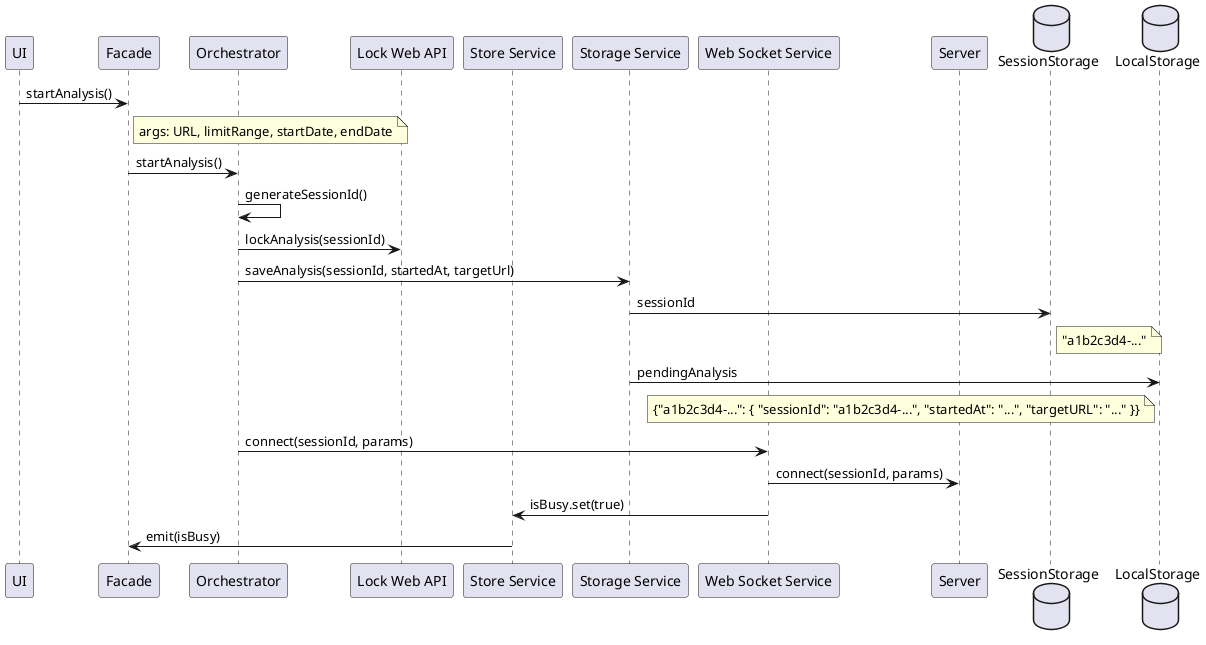
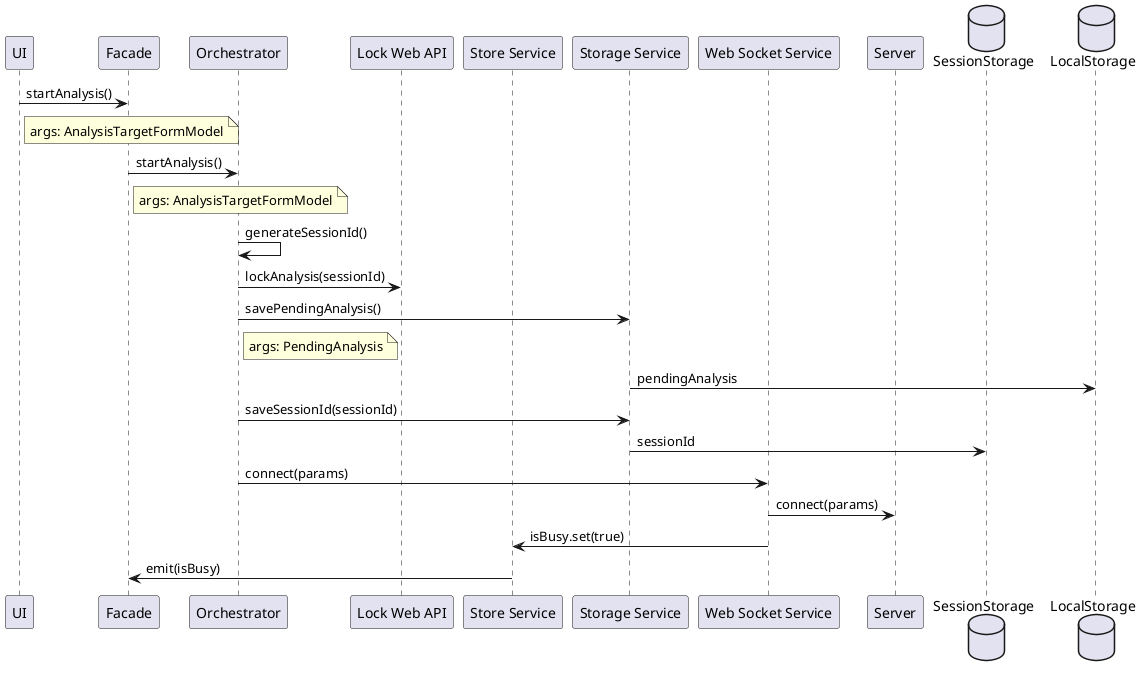
@startuml Start New Analysis

participant "UI" as U
participant "Facade" as F
participant "Orchestrator" as O
participant "Lock Web API" as L
participant "Store Service" as ST
participant "Storage Service" as STG
participant "Web Socket Service" as WS
participant "Server" as SRV

database "SessionStorage" as SS
database "LocalStorage" as LS

U -> F: startAnalysis()
- note right of F: args: URL, limitRange, startDate, endDate
+ note right of U: args: AnalysisTargetFormModel
F -> O: startAnalysis()
+ note right of F: args: AnalysisTargetFormModel
O -> O: generateSessionId()
O -> L: lockAnalysis(sessionId)
- O -> STG: saveAnalysis(sessionId, startedAt, targetUrl)
+ O -> STG: savePendingAnalysis()
+ note right of O: args: PendingAnalysis
+ STG -> LS: pendingAnalysis
+ O -> STG: saveSessionId(sessionId)
STG -> SS: sessionId
- note right of SS: "a1b2c3d4-..."
- STG -> LS: pendingAnalysis
- note left of LS: {"a1b2c3d4-...": { "sessionId": "a1b2c3d4-...", "startedAt": "...", "targetURL": "..." }}
- O -> WS: connect(sessionId, params)
- WS -> SRV: connect(sessionId, params)
+ O -> WS: connect(params)
+ WS -> SRV: connect(params)
WS -> ST: isBusy.set(true)
ST -> F: emit(isBusy)

@enduml